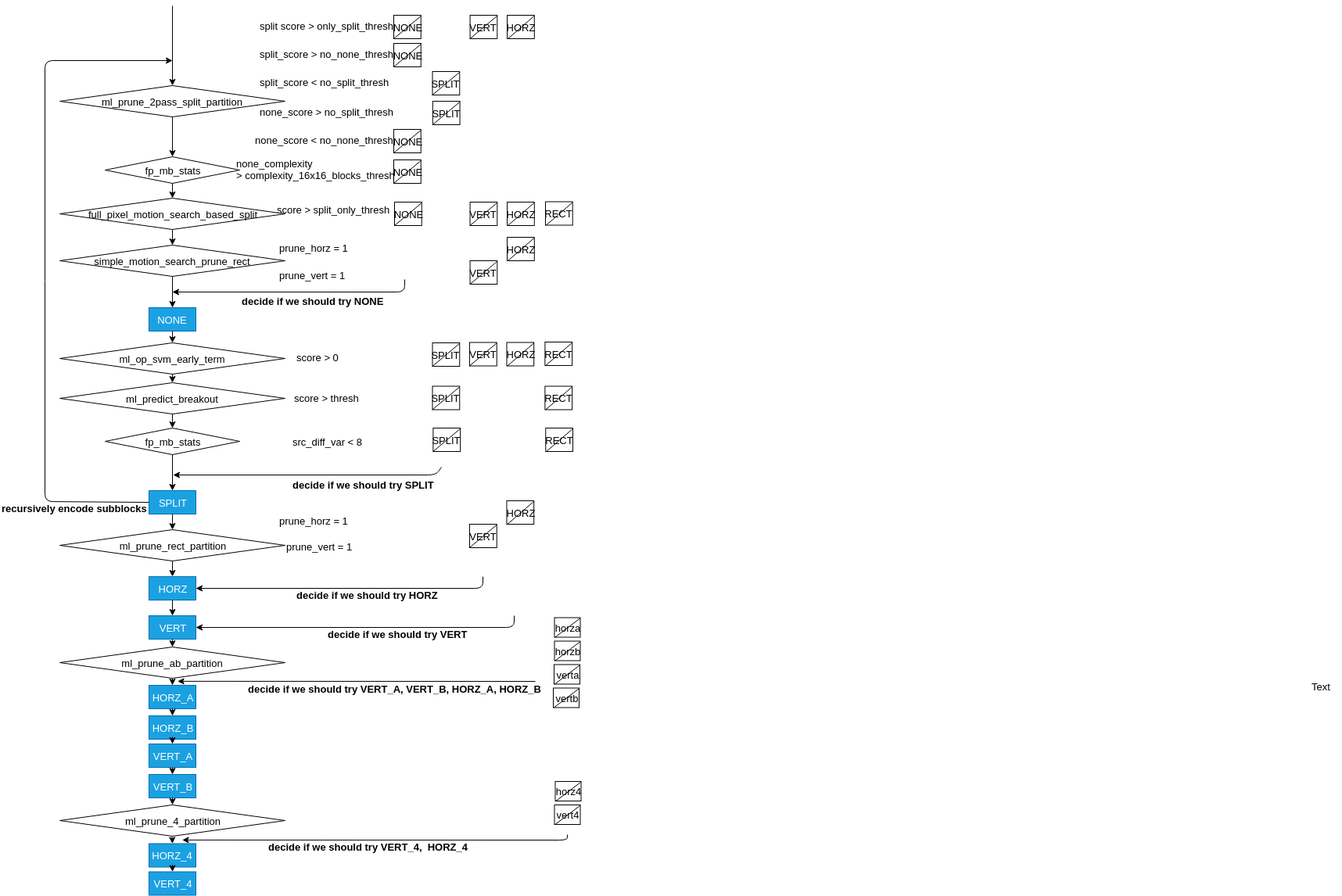
The draw.io diagram source/img/ml_rd_pick.png in epadam/CNN-AV1-intra-encoder, before a commit. Source tidied: cells renumbered, new cells last; positions are measured from the earlier drawing's top-left corner, leaving out a move shared by most shapes.
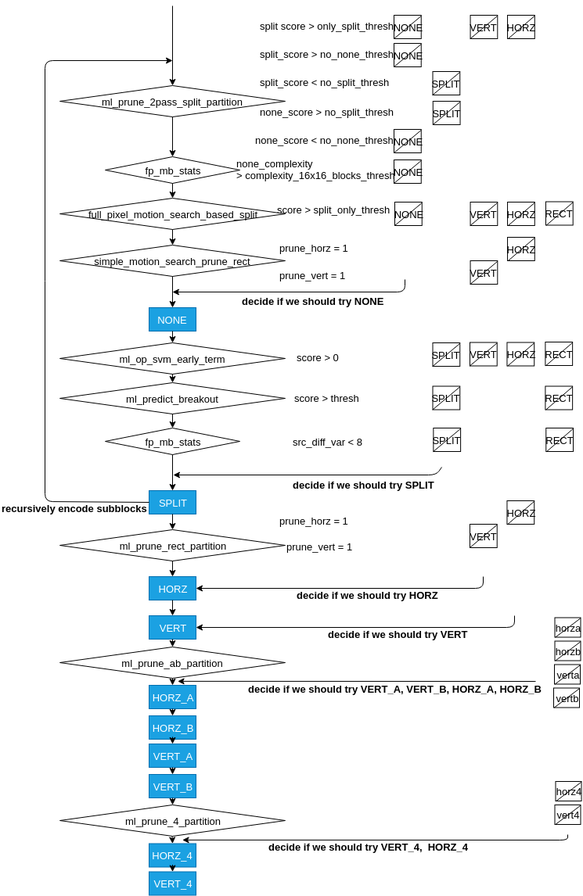
The same file after the commit.

The edit, as a diff of the source:
```diff
@@ -449,8 +449,5 @@
     <mxCell id="135" value="&lt;b style=&quot;font-size: 13px;&quot;&gt;recursively encode subblocks&amp;nbsp;&lt;/b&gt;" style="text;html=1;fontSize=13;" parent="1" vertex="1">
       <mxGeometry y="628.5" width="190" height="30" as="geometry" />
     </mxCell>
-    <mxCell id="136" value="Text" style="text;html=1;align=left;verticalAlign=top;spacingTop=-4;fontSize=13;" parent="1" vertex="1">
-      <mxGeometry x="1675" y="861" width="40" height="20" as="geometry" />
-    </mxCell>
   </root>
 </mxGraphModel>
```
